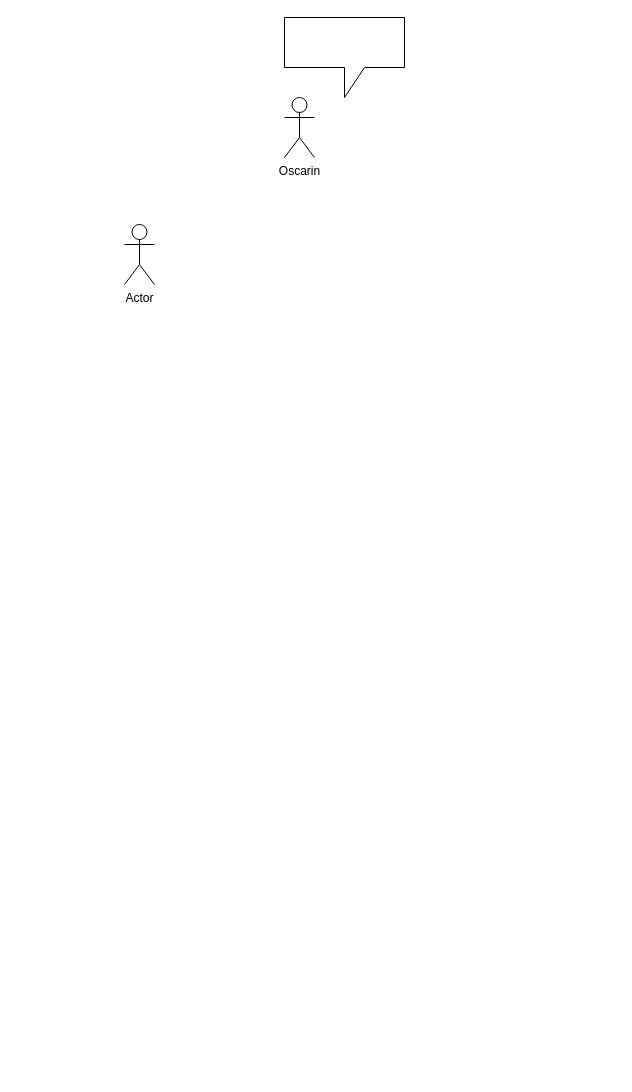
Above: page "UseCases" (2 of 2) of docs/modeloDominio.drawio in Void-CA/restaurant (draw.io), before the change. Source tidied: cells renumbered, new cells numbered last; positions are measured from the earlier drawing's top-left corner, leaving out a move shared by most shapes. Both pictures are drawn from the tidied source at 100%, with x=0, y=0 at pixel (124, 17).
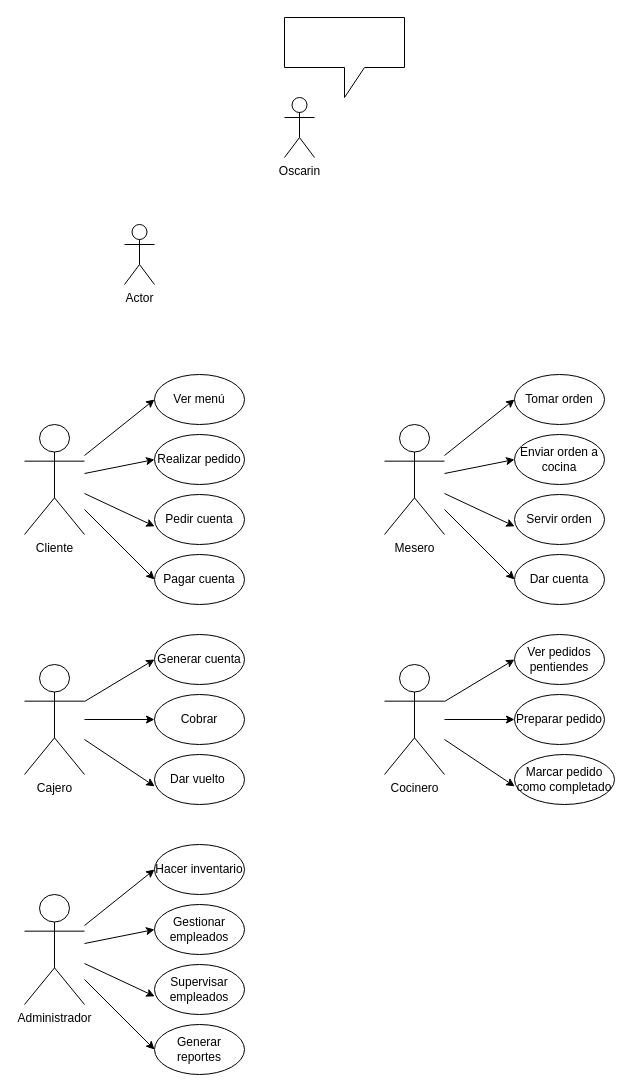
The same page after the edit.

Change to the diagram source:
```diff
@@
+    <mxCell id="5" value="Cliente" style="shape=umlActor;verticalLabelPosition=bottom;verticalAlign=top;html=1;outlineConnect=0;" parent="1" vertex="1">
+      <mxGeometry x="-100" y="407" width="60" height="110" as="geometry" />
+    </mxCell>
+    <mxCell id="6" value="Ver menú" style="ellipse;whiteSpace=wrap;html=1;" parent="1" vertex="1">
+      <mxGeometry x="30" y="357" width="90" height="50" as="geometry" />
+    </mxCell>
+    <mxCell id="7" value="Realizar pedido" style="ellipse;whiteSpace=wrap;html=1;" parent="1" vertex="1">
+      <mxGeometry x="30" y="417" width="90" height="50" as="geometry" />
+    </mxCell>
+    <mxCell id="8" value="Pedir cuenta" style="ellipse;whiteSpace=wrap;html=1;" parent="1" vertex="1">
+      <mxGeometry x="30" y="477" width="90" height="50" as="geometry" />
+    </mxCell>
+    <mxCell id="9" value="Pagar cuenta" style="ellipse;whiteSpace=wrap;html=1;" parent="1" vertex="1">
+      <mxGeometry x="30" y="537" width="90" height="50" as="geometry" />
+    </mxCell>
+    <mxCell id="10" style="endArrow=classic;html=1;rounded=0;entryX=0;entryY=0.5;entryDx=0;entryDy=0;" parent="1" edge="1" source="5" target="6">
+      <mxGeometry relative="1" as="geometry" />
+    </mxCell>
+    <mxCell id="11" style="endArrow=classic;html=1;rounded=0;entryX=0;entryY=0.5;entryDx=0;entryDy=0;" parent="1" edge="1" source="5" target="7">
+      <mxGeometry relative="1" as="geometry" />
+    </mxCell>
+    <mxCell id="12" style="endArrow=classic;html=1;rounded=0;entryX=0;entryY=0.5;entryDx=0;entryDy=0;" parent="1" edge="1" source="5" target="9">
+      <mxGeometry relative="1" as="geometry" />
+    </mxCell>
+    <mxCell id="13" style="endArrow=classic;html=1;rounded=0;entryX=0.002;entryY=0.637;entryDx=0;entryDy=0;entryPerimeter=0;" parent="1" edge="1" source="5" target="8">
+      <mxGeometry relative="1" as="geometry" />
+    </mxCell>
+    <mxCell id="14" value="Mesero" style="shape=umlActor;verticalLabelPosition=bottom;verticalAlign=top;html=1;outlineConnect=0;" parent="1" vertex="1">
+      <mxGeometry x="260" y="407" width="60" height="110" as="geometry" />
+    </mxCell>
+    <mxCell id="15" value="Tomar orden" style="ellipse;whiteSpace=wrap;html=1;" parent="1" vertex="1">
+      <mxGeometry x="390" y="357" width="90" height="50" as="geometry" />
+    </mxCell>
+    <mxCell id="16" value="Enviar orden a cocina" style="ellipse;whiteSpace=wrap;html=1;" parent="1" vertex="1">
+      <mxGeometry x="390" y="417" width="90" height="50" as="geometry" />
+    </mxCell>
+    <mxCell id="17" value="Servir orden" style="ellipse;whiteSpace=wrap;html=1;" parent="1" vertex="1">
+      <mxGeometry x="390" y="477" width="90" height="50" as="geometry" />
+    </mxCell>
+    <mxCell id="18" value="Dar cuenta" style="ellipse;whiteSpace=wrap;html=1;" parent="1" vertex="1">
+      <mxGeometry x="390" y="537" width="90" height="50" as="geometry" />
+    </mxCell>
+    <mxCell id="19" style="endArrow=classic;html=1;rounded=0;entryX=0;entryY=0.5;entryDx=0;entryDy=0;" parent="1" edge="1" source="14" target="15">
+      <mxGeometry relative="1" as="geometry" />
+    </mxCell>
+    <mxCell id="20" style="endArrow=classic;html=1;rounded=0;entryX=0;entryY=0.5;entryDx=0;entryDy=0;" parent="1" edge="1" source="14" target="16">
+      <mxGeometry relative="1" as="geometry" />
+    </mxCell>
+    <mxCell id="21" style="endArrow=classic;html=1;rounded=0;entryX=0;entryY=0.5;entryDx=0;entryDy=0;" parent="1" edge="1" source="14" target="18">
+      <mxGeometry relative="1" as="geometry" />
+    </mxCell>
+    <mxCell id="22" style="endArrow=classic;html=1;rounded=0;entryX=0.002;entryY=0.637;entryDx=0;entryDy=0;entryPerimeter=0;" parent="1" edge="1" source="14" target="17">
+      <mxGeometry relative="1" as="geometry" />
+    </mxCell>
+    <mxCell id="23" value="Cajero" style="shape=umlActor;verticalLabelPosition=bottom;verticalAlign=top;html=1;outlineConnect=0;" parent="1" vertex="1">
+      <mxGeometry x="-100" y="647" width="60" height="110" as="geometry" />
+    </mxCell>
+    <mxCell id="24" value="Generar cuenta" style="ellipse;whiteSpace=wrap;html=1;" parent="1" vertex="1">
+      <mxGeometry x="30" y="617" width="90" height="50" as="geometry" />
+    </mxCell>
+    <mxCell id="25" value="Cobrar" style="ellipse;whiteSpace=wrap;html=1;" parent="1" vertex="1">
+      <mxGeometry x="30" y="677" width="90" height="50" as="geometry" />
+    </mxCell>
+    <mxCell id="26" value="Dar vuelto&amp;nbsp;" style="ellipse;whiteSpace=wrap;html=1;" parent="1" vertex="1">
+      <mxGeometry x="30" y="737" width="90" height="50" as="geometry" />
+    </mxCell>
+    <mxCell id="27" style="endArrow=classic;html=1;rounded=0;entryX=0;entryY=0.5;entryDx=0;entryDy=0;" parent="1" edge="1" source="23" target="24">
+      <mxGeometry relative="1" as="geometry" />
+    </mxCell>
+    <mxCell id="28" style="endArrow=classic;html=1;rounded=0;entryX=0;entryY=0.5;entryDx=0;entryDy=0;" parent="1" edge="1" source="23" target="25">
+      <mxGeometry relative="1" as="geometry" />
+    </mxCell>
+    <mxCell id="29" style="endArrow=classic;html=1;rounded=0;entryX=0.002;entryY=0.637;entryDx=0;entryDy=0;entryPerimeter=0;" parent="1" edge="1" source="23" target="26">
+      <mxGeometry relative="1" as="geometry" />
+    </mxCell>
+    <mxCell id="30" value="Cocinero" style="shape=umlActor;verticalLabelPosition=bottom;verticalAlign=top;html=1;outlineConnect=0;" parent="1" vertex="1">
+      <mxGeometry x="260" y="647" width="60" height="110" as="geometry" />
+    </mxCell>
+    <mxCell id="31" value="Ver pedidos pentiendes" style="ellipse;whiteSpace=wrap;html=1;" parent="1" vertex="1">
+      <mxGeometry x="390" y="617" width="90" height="50" as="geometry" />
+    </mxCell>
+    <mxCell id="32" value="Preparar pedido" style="ellipse;whiteSpace=wrap;html=1;" parent="1" vertex="1">
+      <mxGeometry x="390" y="677" width="90" height="50" as="geometry" />
+    </mxCell>
+    <mxCell id="33" value="Marcar pedido como completado" style="ellipse;whiteSpace=wrap;html=1;" parent="1" vertex="1">
+      <mxGeometry x="390" y="737" width="100" height="50" as="geometry" />
+    </mxCell>
+    <mxCell id="34" style="endArrow=classic;html=1;rounded=0;entryX=0;entryY=0.5;entryDx=0;entryDy=0;" parent="1" edge="1" source="30" target="31">
+      <mxGeometry relative="1" as="geometry" />
+    </mxCell>
+    <mxCell id="35" style="endArrow=classic;html=1;rounded=0;entryX=0;entryY=0.5;entryDx=0;entryDy=0;" parent="1" edge="1" source="30" target="32">
+      <mxGeometry relative="1" as="geometry" />
+    </mxCell>
+    <mxCell id="36" style="endArrow=classic;html=1;rounded=0;entryX=0.002;entryY=0.637;entryDx=0;entryDy=0;entryPerimeter=0;" parent="1" edge="1" source="30" target="33">
+      <mxGeometry relative="1" as="geometry" />
+    </mxCell>
+    <mxCell id="37" value="Administrador" style="shape=umlActor;verticalLabelPosition=bottom;verticalAlign=top;html=1;outlineConnect=0;" parent="1" vertex="1">
+      <mxGeometry x="-100" y="877" width="60" height="110" as="geometry" />
+    </mxCell>
+    <mxCell id="38" value="Hacer inventario" style="ellipse;whiteSpace=wrap;html=1;" parent="1" vertex="1">
+      <mxGeometry x="30" y="827" width="90" height="50" as="geometry" />
+    </mxCell>
+    <mxCell id="39" value="Gestionar empleados" style="ellipse;whiteSpace=wrap;html=1;" parent="1" vertex="1">
+      <mxGeometry x="30" y="887" width="90" height="50" as="geometry" />
+    </mxCell>
+    <mxCell id="40" value="Supervisar empleados" style="ellipse;whiteSpace=wrap;html=1;" parent="1" vertex="1">
+      <mxGeometry x="30" y="947" width="90" height="50" as="geometry" />
+    </mxCell>
+    <mxCell id="41" value="Generar reportes" style="ellipse;whiteSpace=wrap;html=1;" parent="1" vertex="1">
+      <mxGeometry x="30" y="1007" width="90" height="50" as="geometry" />
+    </mxCell>
+    <mxCell id="42" style="endArrow=classic;html=1;rounded=0;entryX=0;entryY=0.5;entryDx=0;entryDy=0;" parent="1" edge="1" source="37" target="38">
+      <mxGeometry relative="1" as="geometry" />
+    </mxCell>
+    <mxCell id="43" style="endArrow=classic;html=1;rounded=0;entryX=0;entryY=0.5;entryDx=0;entryDy=0;" parent="1" edge="1" source="37" target="39">
+      <mxGeometry relative="1" as="geometry" />
+    </mxCell>
+    <mxCell id="44" style="endArrow=classic;html=1;rounded=0;entryX=0;entryY=0.5;entryDx=0;entryDy=0;" parent="1" edge="1" source="37" target="41">
+      <mxGeometry relative="1" as="geometry" />
+    </mxCell>
+    <mxCell id="45" style="endArrow=classic;html=1;rounded=0;entryX=0.002;entryY=0.637;entryDx=0;entryDy=0;entryPerimeter=0;" parent="1" edge="1" source="37" target="40">
+      <mxGeometry relative="1" as="geometry" />
+    </mxCell>
```
